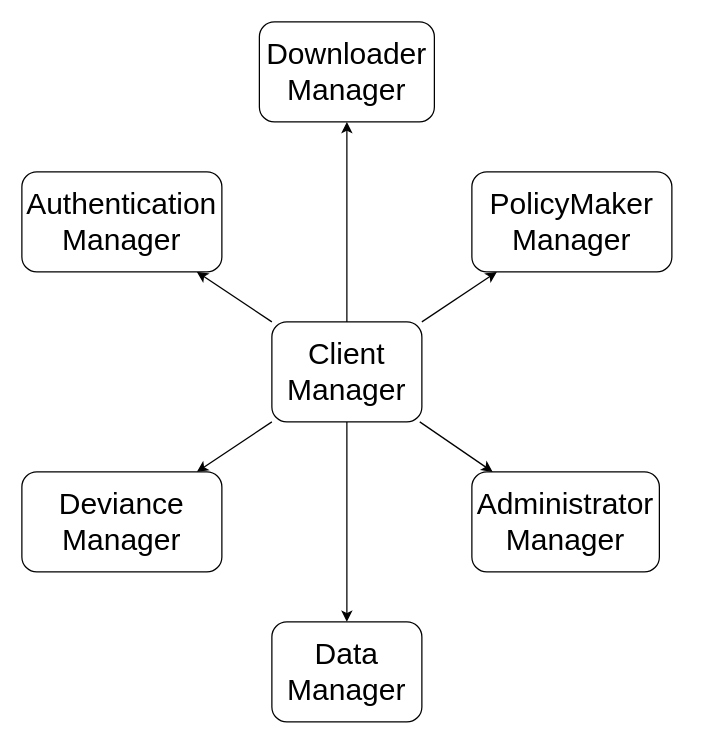
Before: page "ClientManagerDataIntegration" (5 of 6) of DD Diagrams/ComponentImplementation.drawio in matteovisotto/SE2-CecchettoSirianiVisotto, a draw.io diagram. Source tidied: cells renumbered, new cells numbered last; positions are measured from the earlier drawing's top-left corner, leaving out a move shared by most shapes. Both pictures are drawn from the tidied source at 125%, with x=0, y=0 at pixel (21, 21).
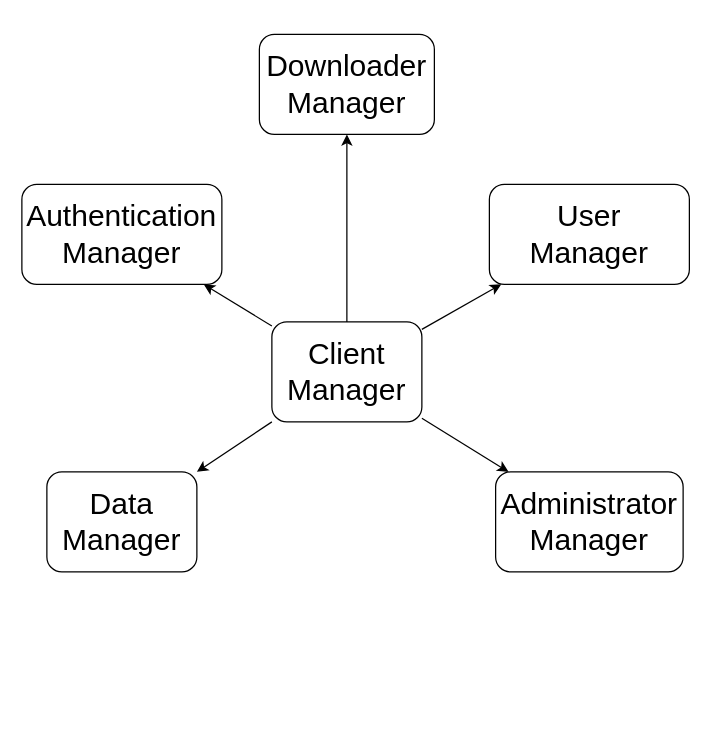
The same diagram, later.

The edit, as a diff of the source:
```diff
@@
 <mxGraphModel>
   <root>
     <mxCell id="0" />
     <mxCell id="1" parent="0" />
     <mxCell id="2" value="Data Manager" style="rounded=1;whiteSpace=wrap;html=1;fontSize=24;" parent="1" vertex="1">
-      <mxGeometry x="200" y="480" width="120" height="80" as="geometry" />
+      <mxGeometry x="20" y="360" width="120" height="80" as="geometry" />
     </mxCell>
-    <mxCell id="3" value="PolicyMaker Manager" style="rounded=1;whiteSpace=wrap;html=1;fontSize=24;" parent="1" vertex="1">
-      <mxGeometry x="360" y="120" width="160" height="80" as="geometry" />
+    <mxCell id="3" value="User&lt;br&gt;Manager" style="rounded=1;whiteSpace=wrap;html=1;fontSize=24;" parent="1" vertex="1">
+      <mxGeometry x="374" y="130" width="160" height="80" as="geometry" />
     </mxCell>
     <mxCell id="4" value="Administrator Manager" style="rounded=1;whiteSpace=wrap;html=1;fontSize=24;" parent="1" vertex="1">
-      <mxGeometry x="360" y="360" width="150" height="80" as="geometry" />
+      <mxGeometry x="379" y="360" width="150" height="80" as="geometry" />
     </mxCell>
-    <mxCell id="5" value="Deviance Manager" style="rounded=1;whiteSpace=wrap;html=1;fontSize=24;" parent="1" vertex="1">
-      <mxGeometry y="360" width="160" height="80" as="geometry" />
-    </mxCell>
     <mxCell id="6" style="edgeStyle=none;rounded=0;jettySize=auto;html=1;fontSize=24;" parent="1" edge="1" source="12" target="4">
       <mxGeometry relative="1" as="geometry" />
     </mxCell>
-    <mxCell id="7" style="edgeStyle=none;rounded=0;jettySize=auto;html=1;fontSize=24;" parent="1" edge="1" source="12" target="5">
-      <mxGeometry relative="1" as="geometry" />
-    </mxCell>
     <mxCell id="8" style="edgeStyle=none;rounded=0;jettySize=auto;html=1;fontSize=24;" parent="1" edge="1" source="12" target="2">
       <mxGeometry relative="1" as="geometry" />
     </mxCell>
     <mxCell id="9" style="edgeStyle=none;rounded=0;jettySize=auto;html=1;fontSize=24;" parent="1" edge="1" source="12" target="3">
       <mxGeometry relative="1" as="geometry" />
     </mxCell>
     <mxCell id="10" style="edgeStyle=none;rounded=0;jettySize=auto;html=1;fontSize=24;" parent="1" edge="1" source="12" target="13">
       <mxGeometry relative="1" as="geometry" />
     </mxCell>
     <mxCell id="11" style="edgeStyle=none;rounded=0;jettySize=auto;html=1;fontSize=24;" parent="1" edge="1" source="12" target="14">
       <mxGeometry relative="1" as="geometry" />
     </mxCell>
     <mxCell id="12" value="Client Manager" style="rounded=1;whiteSpace=wrap;html=1;fontSize=24;" parent="1" vertex="1">
       <mxGeometry x="200" y="240" width="120" height="80" as="geometry" />
     </mxCell>
     <mxCell id="13" value="Authentication Manager" style="rounded=1;whiteSpace=wrap;html=1;fontSize=24;" parent="1" vertex="1">
-      <mxGeometry y="120" width="160" height="80" as="geometry" />
+      <mxGeometry y="130" width="160" height="80" as="geometry" />
     </mxCell>
     <mxCell id="14" value="Downloader Manager" style="rounded=1;whiteSpace=wrap;html=1;fontSize=24;" parent="1" vertex="1">
-      <mxGeometry x="190" width="140" height="80" as="geometry" />
+      <mxGeometry x="190" y="10" width="140" height="80" as="geometry" />
     </mxCell>
   </root>
 </mxGraphModel>
```
